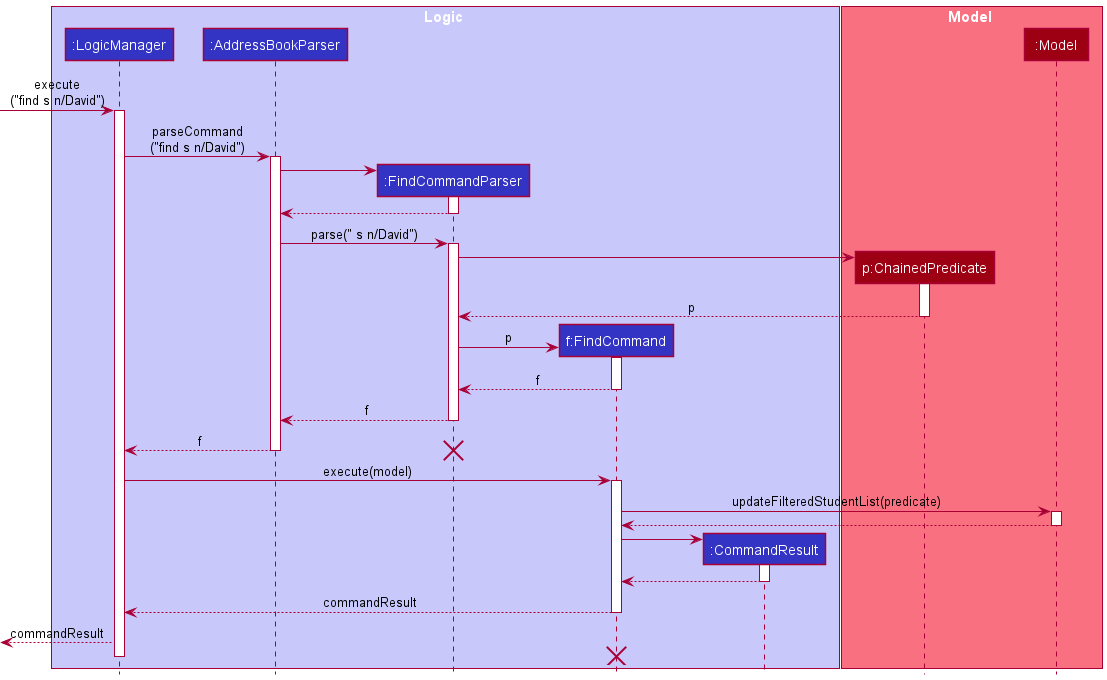
Above: docs/images/FindCommandSequenceDiagram.png in tenebrius1/tp (PlantUML), before the change.
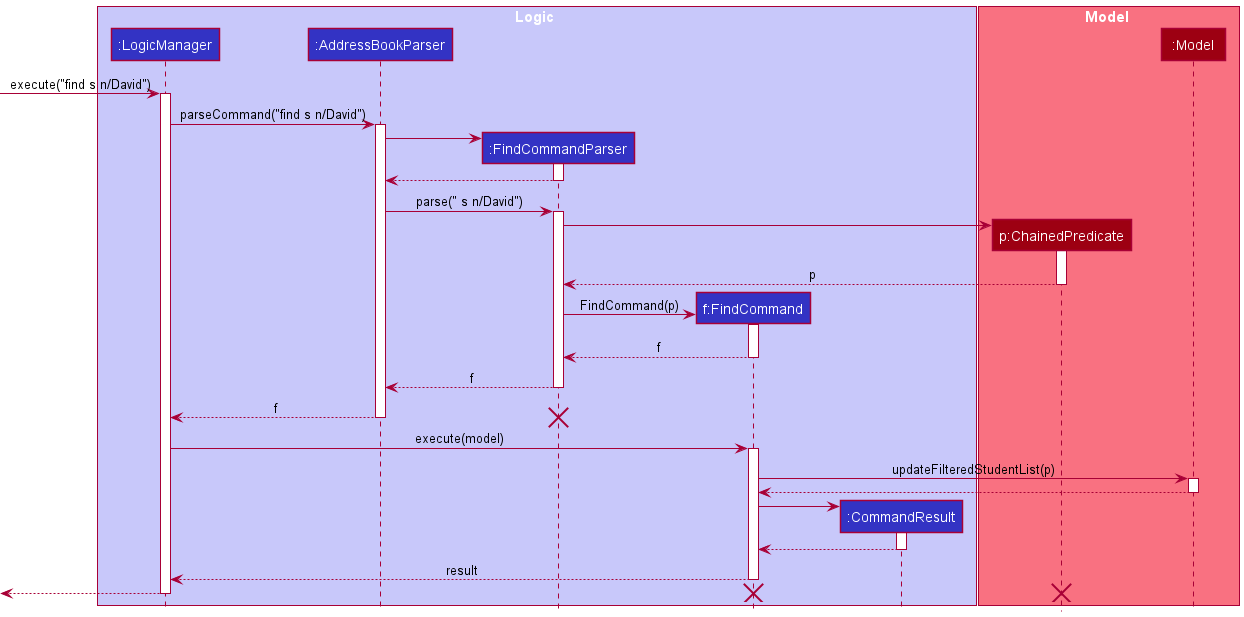
After the change.

What changed in the source:
```diff
@@ -14,10 +14,10 @@
 participant ":Model" as Model MODEL_COLOR
 end box
 
-[-> LogicManager : execute\n("find s n/David")
+[-> LogicManager : execute("find s n/David")
 activate LogicManager
 
-LogicManager -> AddressBookParser : parseCommand\n("find s n/David")
+LogicManager -> AddressBookParser : parseCommand("find s n/David")
 activate AddressBookParser
 
 create FindCommandParser
@@ -38,7 +38,7 @@
 deactivate ChainedPredicate
 
 create FindCommand
-FindCommandParser -> FindCommand : p
+FindCommandParser -> FindCommand : FindCommand(p)
 activate FindCommand
 
 FindCommandParser <-- FindCommand : f
@@ -54,7 +54,7 @@
 LogicManager -> FindCommand : execute(model)
 activate FindCommand
 
-FindCommand -> Model : updateFilteredStudentList(predicate)
+FindCommand -> Model : updateFilteredStudentList(p)
 activate Model
 FindCommand <-- Model
 deactivate Model
@@ -66,11 +66,11 @@
 CommandResult --> FindCommand
 deactivate CommandResult
 
-FindCommand --> LogicManager : commandResult
+FindCommand --> LogicManager : result
 deactivate FindCommand
 
-[<--LogicManager : commandResult
-FindCommand -[hidden]-> LogicManager
+[<--LogicManager
+deactivate LogicManager
 destroy FindCommand
-deactivate LogicManager
+destroy ChainedPredicate
 @enduml
```
